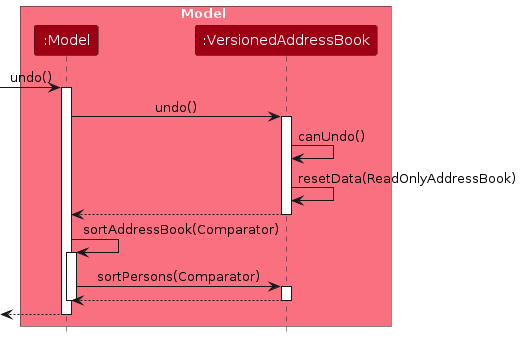
AY2627S1-CS2103T-T13-1/tp keeps this PlantUML diagram as diagrams/UndoSequenceDiagram-Model.png. Above is the earlier version. Its source is kept beside it as diagrams/UndoSequenceDiagram-Model.puml.
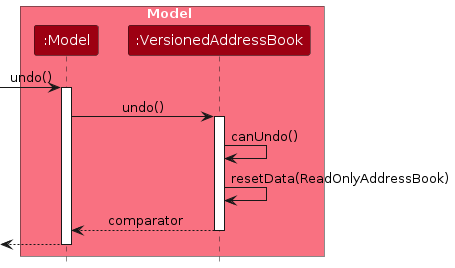
Above is the later version.

Change to the diagram source:
```diff
@@ -15,18 +15,8 @@
 
 VersionedAddressBook -> VersionedAddressBook : canUndo()
 VersionedAddressBook -> VersionedAddressBook : resetData(ReadOnlyAddressBook)
-VersionedAddressBook --> Model
+VersionedAddressBook --> Model : comparator
 deactivate VersionedAddressBook
-
-Model -> Model : sortAddressBook(Comparator)
-activate Model
-
-Model -> VersionedAddressBook : sortPersons(Comparator)
-activate VersionedAddressBook
-
-VersionedAddressBook --> Model
-deactivate VersionedAddressBook
-deactivate Model
 
 [<-- Model
 deactivate Model
```
